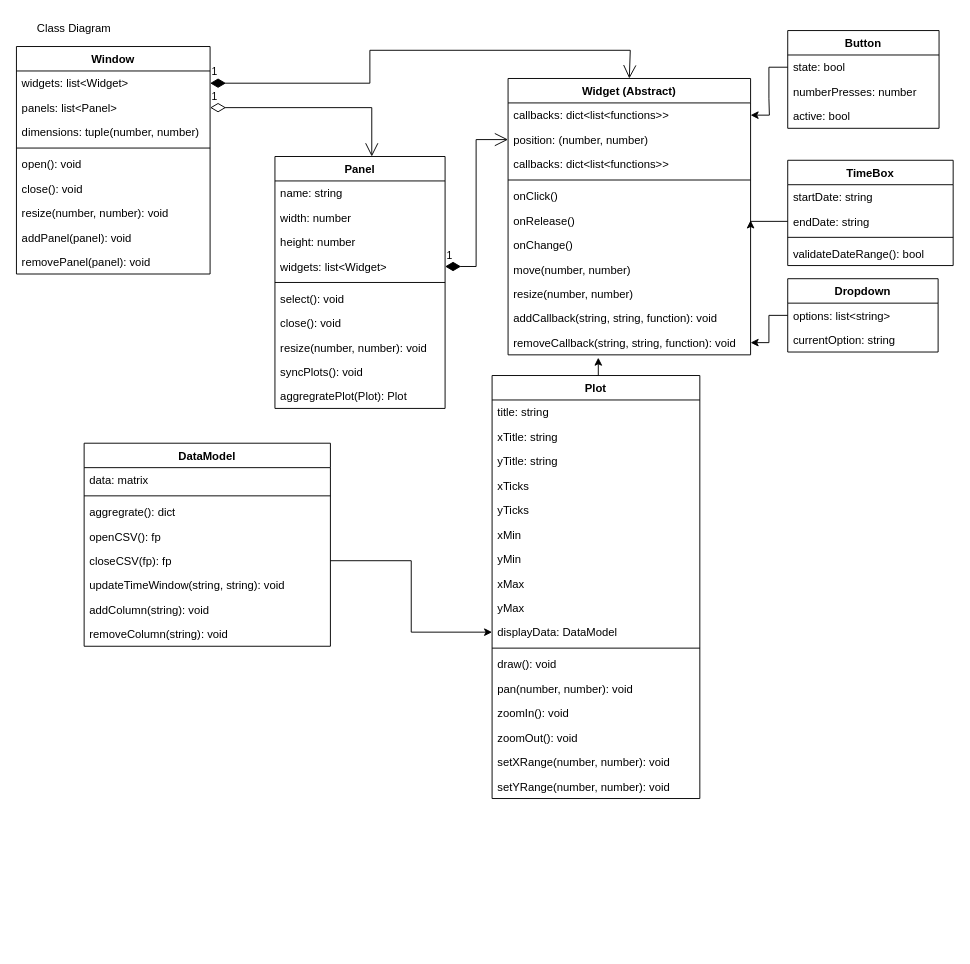
LukiePookie1/data-visualization-application keeps this draw.io diagram as page "Page-1" (1 of 2) of ClassModel.drawio. Above is the earlier version. Source tidied: cells renumbered, new cells numbered last; positions are measured from the earlier drawing's top-left corner, leaving out a move shared by most shapes. Both pictures are drawn from the tidied source at 94%, with x=0, y=0 at pixel (16, 16).
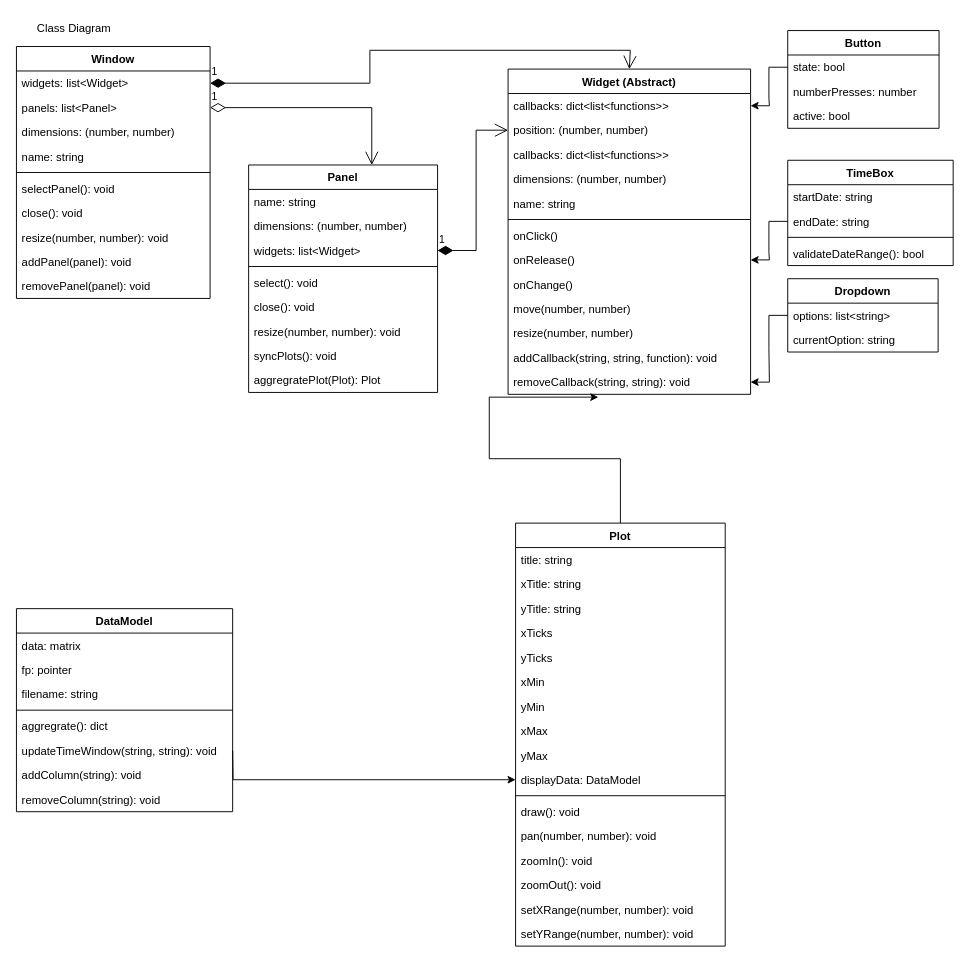
Above is the later version.

Unchanged cells that the change refers to:
```xml
<mxCell id="67" value="position: (number, number)" style="text;strokeColor=none;fillColor=none;align=left;verticalAlign=top;spacingLeft=4;spacingRight=4;overflow=hidden;points=[[0,0.5],[1,0.5]];portConstraint=eastwest;" parent="65" vertex="1">
  <mxGeometry y="52" width="258" height="26" as="geometry" />
</mxCell>
```

The edit, as a diff of the source:
```diff
@@
     <mxCell id="2" value="Window" style="swimlane;fontStyle=1;align=center;verticalAlign=top;horizontal=1;startSize=26;" parent="1" vertex="1">
-      <mxGeometry y="32" width="206" height="242" as="geometry" />
+      <mxGeometry y="32" width="206" height="268" as="geometry" />
     </mxCell>
@@
-    <mxCell id="5" value="dimensions: tuple(number, number)" style="text;strokeColor=none;fillColor=none;align=left;verticalAlign=top;spacingLeft=4;spacingRight=4;overflow=hidden;" parent="2" vertex="1">
+    <mxCell id="5" value="dimensions: (number, number)" style="text;strokeColor=none;fillColor=none;align=left;verticalAlign=top;spacingLeft=4;spacingRight=4;overflow=hidden;" parent="2" vertex="1">
       <mxGeometry y="78" width="206" height="26" as="geometry" />
     </mxCell>
+    <mxCell id="83" value="name: string" style="text;strokeColor=none;fillColor=none;align=left;verticalAlign=top;spacingLeft=4;spacingRight=4;overflow=hidden;" parent="2" vertex="1">
+      <mxGeometry y="104" width="206" height="26" as="geometry" />
+    </mxCell>
     <mxCell id="6" style="line;strokeWidth=1;fillColor=none;align=left;verticalAlign=middle;spacingTop=-1;spacingLeft=3;spacingRight=3;labelPosition=right;strokeColor=inherit;" parent="2" vertex="1">
-      <mxGeometry y="104" width="206" height="8" as="geometry" />
+      <mxGeometry y="130" width="206" height="8" as="geometry" />
     </mxCell>
-    <mxCell id="7" value="open(): void" style="text;strokeColor=none;fillColor=none;align=left;verticalAlign=top;spacingLeft=4;spacingRight=4;overflow=hidden;" parent="2" vertex="1">
-      <mxGeometry y="112" width="206" height="26" as="geometry" />
+    <mxCell id="7" value="selectPanel(): void" style="text;strokeColor=none;fillColor=none;align=left;verticalAlign=top;spacingLeft=4;spacingRight=4;overflow=hidden;" parent="2" vertex="1">
+      <mxGeometry y="138" width="206" height="26" as="geometry" />
     </mxCell>
     <mxCell id="8" value="close(): void" style="text;strokeColor=none;fillColor=none;align=left;verticalAlign=top;spacingLeft=4;spacingRight=4;overflow=hidden;" parent="2" vertex="1">
-      <mxGeometry y="138" width="206" height="26" as="geometry" />
+      <mxGeometry y="164" width="206" height="26" as="geometry" />
     </mxCell>
     <mxCell id="9" value="resize(number, number): void" style="text;strokeColor=none;fillColor=none;align=left;verticalAlign=top;spacingLeft=4;spacingRight=4;overflow=hidden;" parent="2" vertex="1">
-      <mxGeometry y="164" width="206" height="26" as="geometry" />
+      <mxGeometry y="190" width="206" height="26" as="geometry" />
     </mxCell>
     <mxCell id="10" value="addPanel(panel): void" style="text;strokeColor=none;fillColor=none;align=left;verticalAlign=top;spacingLeft=4;spacingRight=4;overflow=hidden;" parent="2" vertex="1">
-      <mxGeometry y="190" width="206" height="26" as="geometry" />
+      <mxGeometry y="216" width="206" height="26" as="geometry" />
     </mxCell>
     <mxCell id="11" value="removePanel(panel): void" style="text;strokeColor=none;fillColor=none;align=left;verticalAlign=top;spacingLeft=4;spacingRight=4;overflow=hidden;" parent="2" vertex="1">
-      <mxGeometry y="216" width="206" height="26" as="geometry" />
+      <mxGeometry y="242" width="206" height="26" as="geometry" />
     </mxCell>
     <mxCell id="12" value="Panel" style="swimlane;fontStyle=1;align=center;verticalAlign=top;horizontal=1;startSize=26;" parent="1" vertex="1">
-      <mxGeometry x="275" y="149" width="181" height="268" as="geometry" />
+      <mxGeometry x="247" y="158" width="201" height="242" as="geometry" />
     </mxCell>
     <mxCell id="13" value="name: string" style="text;strokeColor=none;fillColor=none;align=left;verticalAlign=top;spacingLeft=4;spacingRight=4;overflow=hidden;" parent="12" vertex="1">
-      <mxGeometry y="26" width="181" height="26" as="geometry" />
+      <mxGeometry y="26" width="201" height="26" as="geometry" />
     </mxCell>
-    <mxCell id="14" value="width: number" style="text;strokeColor=none;fillColor=none;align=left;verticalAlign=top;spacingLeft=4;spacingRight=4;overflow=hidden;" parent="12" vertex="1">
-      <mxGeometry y="52" width="181" height="26" as="geometry" />
-    </mxCell>
-    <mxCell id="15" value="height: number" style="text;strokeColor=none;fillColor=none;align=left;verticalAlign=top;spacingLeft=4;spacingRight=4;overflow=hidden;" parent="12" vertex="1">
-      <mxGeometry y="78" width="181" height="26" as="geometry" />
-    </mxCell>
+    <mxCell id="84" value="dimensions: (number, number)" style="text;strokeColor=none;fillColor=none;align=left;verticalAlign=top;spacingLeft=4;spacingRight=4;overflow=hidden;" parent="12" vertex="1">
+      <mxGeometry y="52" width="201" height="26" as="geometry" />
+    </mxCell>
     <mxCell id="16" value="widgets: list&lt;Widget&gt;" style="text;strokeColor=none;fillColor=none;align=left;verticalAlign=top;spacingLeft=4;spacingRight=4;overflow=hidden;points=[[0,0.5],[1,0.5]];portConstraint=eastwest;" parent="12" vertex="1">
-      <mxGeometry y="104" width="181" height="26" as="geometry" />
+      <mxGeometry y="78" width="201" height="26" as="geometry" />
     </mxCell>
     <mxCell id="17" style="line;strokeWidth=1;fillColor=none;align=left;verticalAlign=middle;spacingTop=-1;spacingLeft=3;spacingRight=3;labelPosition=right;strokeColor=inherit;" parent="12" vertex="1">
-      <mxGeometry y="130" width="181" height="8" as="geometry" />
+      <mxGeometry y="104" width="201" height="8" as="geometry" />
     </mxCell>
     <mxCell id="18" value="select(): void" style="text;strokeColor=none;fillColor=none;align=left;verticalAlign=top;spacingLeft=4;spacingRight=4;overflow=hidden;" parent="12" vertex="1">
-      <mxGeometry y="138" width="181" height="26" as="geometry" />
+      <mxGeometry y="112" width="201" height="26" as="geometry" />
     </mxCell>
     <mxCell id="19" value="close(): void" style="text;strokeColor=none;fillColor=none;align=left;verticalAlign=top;spacingLeft=4;spacingRight=4;overflow=hidden;" parent="12" vertex="1">
-      <mxGeometry y="164" width="181" height="26" as="geometry" />
+      <mxGeometry y="138" width="201" height="26" as="geometry" />
     </mxCell>
     <mxCell id="20" value="resize(number, number): void" style="text;strokeColor=none;fillColor=none;align=left;verticalAlign=top;spacingLeft=4;spacingRight=4;overflow=hidden;" parent="12" vertex="1">
-      <mxGeometry y="190" width="181" height="26" as="geometry" />
+      <mxGeometry y="164" width="201" height="26" as="geometry" />
     </mxCell>
     <mxCell id="21" value="syncPlots(): void" style="text;strokeColor=none;fillColor=none;align=left;verticalAlign=top;spacingLeft=4;spacingRight=4;overflow=hidden;" parent="12" vertex="1">
-      <mxGeometry y="216" width="181" height="26" as="geometry" />
+      <mxGeometry y="190" width="201" height="26" as="geometry" />
     </mxCell>
     <mxCell id="22" value="aggregratePlot(Plot): Plot" style="text;strokeColor=none;fillColor=none;align=left;verticalAlign=top;spacingLeft=4;spacingRight=4;overflow=hidden;" parent="12" vertex="1">
-      <mxGeometry y="242" width="181" height="26" as="geometry" />
+      <mxGeometry y="216" width="201" height="26" as="geometry" />
     </mxCell>
@@
     <mxCell id="24" value="Plot" style="swimlane;fontStyle=1;align=center;verticalAlign=top;horizontal=1;startSize=26;" parent="1" vertex="1">
-      <mxGeometry x="506" y="382" width="221" height="450" as="geometry" />
+      <mxGeometry x="531" y="539" width="223" height="450" as="geometry" />
     </mxCell>
     <mxCell id="25" value="title: string" style="text;strokeColor=none;fillColor=none;align=left;verticalAlign=top;spacingLeft=4;spacingRight=4;overflow=hidden;" parent="24" vertex="1">
-      <mxGeometry y="26" width="221" height="26" as="geometry" />
+      <mxGeometry y="26" width="223" height="26" as="geometry" />
     </mxCell>
     <mxCell id="26" value="xTitle: string" style="text;strokeColor=none;fillColor=none;align=left;verticalAlign=top;spacingLeft=4;spacingRight=4;overflow=hidden;" parent="24" vertex="1">
-      <mxGeometry y="52" width="221" height="26" as="geometry" />
+      <mxGeometry y="52" width="223" height="26" as="geometry" />
     </mxCell>
     <mxCell id="27" value="yTitle: string" style="text;strokeColor=none;fillColor=none;align=left;verticalAlign=top;spacingLeft=4;spacingRight=4;overflow=hidden;" parent="24" vertex="1">
-      <mxGeometry y="78" width="221" height="26" as="geometry" />
+      <mxGeometry y="78" width="223" height="26" as="geometry" />
     </mxCell>
     <mxCell id="28" value="xTicks" style="text;strokeColor=none;fillColor=none;align=left;verticalAlign=top;spacingLeft=4;spacingRight=4;overflow=hidden;" parent="24" vertex="1">
-      <mxGeometry y="104" width="221" height="26" as="geometry" />
+      <mxGeometry y="104" width="223" height="26" as="geometry" />
     </mxCell>
     <mxCell id="29" value="yTicks" style="text;strokeColor=none;fillColor=none;align=left;verticalAlign=top;spacingLeft=4;spacingRight=4;overflow=hidden;" parent="24" vertex="1">
-      <mxGeometry y="130" width="221" height="26" as="geometry" />
+      <mxGeometry y="130" width="223" height="26" as="geometry" />
     </mxCell>
     <mxCell id="30" value="xMin" style="text;strokeColor=none;fillColor=none;align=left;verticalAlign=top;spacingLeft=4;spacingRight=4;overflow=hidden;" parent="24" vertex="1">
-      <mxGeometry y="156" width="221" height="26" as="geometry" />
+      <mxGeometry y="156" width="223" height="26" as="geometry" />
     </mxCell>
     <mxCell id="31" value="yMin" style="text;strokeColor=none;fillColor=none;align=left;verticalAlign=top;spacingLeft=4;spacingRight=4;overflow=hidden;" parent="24" vertex="1">
-      <mxGeometry y="182" width="221" height="26" as="geometry" />
+      <mxGeometry y="182" width="223" height="26" as="geometry" />
     </mxCell>
     <mxCell id="32" value="xMax" style="text;strokeColor=none;fillColor=none;align=left;verticalAlign=top;spacingLeft=4;spacingRight=4;overflow=hidden;" parent="24" vertex="1">
-      <mxGeometry y="208" width="221" height="26" as="geometry" />
+      <mxGeometry y="208" width="223" height="26" as="geometry" />
     </mxCell>
     <mxCell id="33" value="yMax" style="text;strokeColor=none;fillColor=none;align=left;verticalAlign=top;spacingLeft=4;spacingRight=4;overflow=hidden;" parent="24" vertex="1">
-      <mxGeometry y="234" width="221" height="26" as="geometry" />
+      <mxGeometry y="234" width="223" height="26" as="geometry" />
     </mxCell>
     <mxCell id="34" value="displayData: DataModel" style="text;strokeColor=none;fillColor=none;align=left;verticalAlign=top;spacingLeft=4;spacingRight=4;overflow=hidden;points=[[0,0.5],[1,0.5]];portConstraint=eastwest;" parent="24" vertex="1">
-      <mxGeometry y="260" width="221" height="26" as="geometry" />
+      <mxGeometry y="260" width="223" height="26" as="geometry" />
     </mxCell>
     <mxCell id="35" style="line;strokeWidth=1;fillColor=none;align=left;verticalAlign=middle;spacingTop=-1;spacingLeft=3;spacingRight=3;labelPosition=right;strokeColor=inherit;" parent="24" vertex="1">
-      <mxGeometry y="286" width="221" height="8" as="geometry" />
+      <mxGeometry y="286" width="223" height="8" as="geometry" />
     </mxCell>
     <mxCell id="36" value="draw(): void" style="text;strokeColor=none;fillColor=none;align=left;verticalAlign=top;spacingLeft=4;spacingRight=4;overflow=hidden;" parent="24" vertex="1">
-      <mxGeometry y="294" width="221" height="26" as="geometry" />
+      <mxGeometry y="294" width="223" height="26" as="geometry" />
     </mxCell>
     <mxCell id="37" value="pan(number, number): void" style="text;strokeColor=none;fillColor=none;align=left;verticalAlign=top;spacingLeft=4;spacingRight=4;overflow=hidden;" parent="24" vertex="1">
-      <mxGeometry y="320" width="221" height="26" as="geometry" />
+      <mxGeometry y="320" width="223" height="26" as="geometry" />
     </mxCell>
     <mxCell id="38" value="zoomIn(): void" style="text;strokeColor=none;fillColor=none;align=left;verticalAlign=top;spacingLeft=4;spacingRight=4;overflow=hidden;" parent="24" vertex="1">
-      <mxGeometry y="346" width="221" height="26" as="geometry" />
+      <mxGeometry y="346" width="223" height="26" as="geometry" />
     </mxCell>
     <mxCell id="39" value="zoomOut(): void" style="text;strokeColor=none;fillColor=none;align=left;verticalAlign=top;spacingLeft=4;spacingRight=4;overflow=hidden;" parent="24" vertex="1">
-      <mxGeometry y="372" width="221" height="26" as="geometry" />
+      <mxGeometry y="372" width="223" height="26" as="geometry" />
     </mxCell>
     <mxCell id="40" value="setXRange(number, number): void" style="text;strokeColor=none;fillColor=none;align=left;verticalAlign=top;spacingLeft=4;spacingRight=4;overflow=hidden;" parent="24" vertex="1">
-      <mxGeometry y="398" width="221" height="26" as="geometry" />
+      <mxGeometry y="398" width="223" height="26" as="geometry" />
     </mxCell>
     <mxCell id="41" value="setYRange(number, number): void" style="text;strokeColor=none;fillColor=none;align=left;verticalAlign=top;spacingLeft=4;spacingRight=4;overflow=hidden;" parent="24" vertex="1">
-      <mxGeometry y="424" width="221" height="26" as="geometry" />
+      <mxGeometry y="424" width="223" height="26" as="geometry" />
     </mxCell>
-    <mxCell id="42" style="edgeStyle=orthogonalEdgeStyle;rounded=0;jettySize=auto;html=1;exitX=1;exitY=0.5;exitDx=0;exitDy=0;entryX=0;entryY=0.5;entryDx=0;entryDy=0;" parent="1" edge="1" source="48" target="34">
-      <mxGeometry relative="1" as="geometry" />
+    <mxCell id="42" style="edgeStyle=orthogonalEdgeStyle;rounded=0;jettySize=auto;html=1;exitX=1;exitY=0.5;exitDx=0;exitDy=0;entryX=0;entryY=0.5;entryDx=0;entryDy=0;" parent="1" edge="1" target="34">
+      <mxGeometry relative="1" as="geometry">
+        <mxPoint x="230" y="781" as="sourcePoint" />
+      </mxGeometry>
     </mxCell>
     <mxCell id="43" value="DataModel" style="swimlane;fontStyle=1;align=center;verticalAlign=top;horizontal=1;startSize=26;" parent="1" vertex="1">
-      <mxGeometry x="72" y="454" width="262" height="216" as="geometry" />
+      <mxGeometry y="630" width="230" height="216" as="geometry" />
     </mxCell>
     <mxCell id="44" value="data: matrix" style="text;strokeColor=none;fillColor=none;align=left;verticalAlign=top;spacingLeft=4;spacingRight=4;overflow=hidden;" parent="43" vertex="1">
-      <mxGeometry y="26" width="262" height="26" as="geometry" />
+      <mxGeometry y="26" width="230" height="26" as="geometry" />
     </mxCell>
+    <mxCell id="85" value="fp: pointer" style="text;strokeColor=none;fillColor=none;align=left;verticalAlign=top;spacingLeft=4;spacingRight=4;overflow=hidden;" parent="43" vertex="1">
+      <mxGeometry y="52" width="230" height="26" as="geometry" />
+    </mxCell>
+    <mxCell id="86" value="filename: string" style="text;strokeColor=none;fillColor=none;align=left;verticalAlign=top;spacingLeft=4;spacingRight=4;overflow=hidden;" parent="43" vertex="1">
+      <mxGeometry y="78" width="230" height="26" as="geometry" />
+    </mxCell>
     <mxCell id="45" style="line;strokeWidth=1;fillColor=none;align=left;verticalAlign=middle;spacingTop=-1;spacingLeft=3;spacingRight=3;labelPosition=right;strokeColor=inherit;" parent="43" vertex="1">
-      <mxGeometry y="52" width="262" height="8" as="geometry" />
+      <mxGeometry y="104" width="230" height="8" as="geometry" />
     </mxCell>
     <mxCell id="46" value="aggregrate(): dict" style="text;strokeColor=none;fillColor=none;align=left;verticalAlign=top;spacingLeft=4;spacingRight=4;overflow=hidden;" parent="43" vertex="1">
-      <mxGeometry y="60" width="262" height="26" as="geometry" />
+      <mxGeometry y="112" width="230" height="26" as="geometry" />
     </mxCell>
-    <mxCell id="47" value="openCSV(): fp" style="text;strokeColor=none;fillColor=none;align=left;verticalAlign=top;spacingLeft=4;spacingRight=4;overflow=hidden;" parent="43" vertex="1">
-      <mxGeometry y="86" width="262" height="26" as="geometry" />
-    </mxCell>
-    <mxCell id="48" value="closeCSV(fp): fp" style="text;strokeColor=none;fillColor=none;align=left;verticalAlign=top;spacingLeft=4;spacingRight=4;overflow=hidden;points=[[0,0.5],[1,0.5]];portConstraint=eastwest;" parent="43" vertex="1">
-      <mxGeometry y="112" width="262" height="26" as="geometry" />
-    </mxCell>
     <mxCell id="49" value="updateTimeWindow(string, string): void" style="text;strokeColor=none;fillColor=none;align=left;verticalAlign=top;spacingLeft=4;spacingRight=4;overflow=hidden;" parent="43" vertex="1">
-      <mxGeometry y="138" width="262" height="26" as="geometry" />
+      <mxGeometry y="138" width="230" height="26" as="geometry" />
     </mxCell>
     <mxCell id="50" value="addColumn(string): void" style="text;strokeColor=none;fillColor=none;align=left;verticalAlign=top;spacingLeft=4;spacingRight=4;overflow=hidden;" parent="43" vertex="1">
-      <mxGeometry y="164" width="262" height="26" as="geometry" />
+      <mxGeometry y="164" width="230" height="26" as="geometry" />
     </mxCell>
     <mxCell id="51" value="removeColumn(string): void" style="text;strokeColor=none;fillColor=none;align=left;verticalAlign=top;spacingLeft=4;spacingRight=4;overflow=hidden;" parent="43" vertex="1">
-      <mxGeometry y="190" width="262" height="26" as="geometry" />
+      <mxGeometry y="190" width="230" height="26" as="geometry" />
     </mxCell>
@@
     <mxCell id="64" value="1" style="endArrow=open;html=1;endSize=12;startArrow=diamondThin;startSize=14;startFill=1;edgeStyle=orthogonalEdgeStyle;align=left;verticalAlign=bottom;rounded=0;exitX=1;exitY=0.5;exitDx=0;exitDy=0;entryX=0;entryY=0.5;entryDx=0;entryDy=0;" parent="1" edge="1" source="16" target="67">
       <mxGeometry x="-1" y="3" relative="1" as="geometry">
         <Array as="points">
-          <mxPoint x="489" y="266" />
-          <mxPoint x="489" y="131" />
+          <mxPoint x="489" y="249" />
+          <mxPoint x="489" y="121" />
         </Array>
       </mxGeometry>
     </mxCell>
     <mxCell id="65" value="Widget (Abstract)" style="swimlane;fontStyle=1;align=center;verticalAlign=top;horizontal=1;startSize=26;" parent="1" vertex="1">
-      <mxGeometry x="523" y="66" width="258" height="294" as="geometry" />
+      <mxGeometry x="523" y="56" width="258" height="346" as="geometry" />
     </mxCell>
@@
+    <mxCell id="87" value="callbacks: dict&lt;list&lt;functions&gt;&gt;" style="text;strokeColor=none;fillColor=none;align=left;verticalAlign=top;spacingLeft=4;spacingRight=4;overflow=hidden;" parent="65" vertex="1">
+      <mxGeometry y="78" width="258" height="26" as="geometry" />
+    </mxCell>
+    <mxCell id="88" value="dimensions: (number, number)" style="text;strokeColor=none;fillColor=none;align=left;verticalAlign=top;spacingLeft=4;spacingRight=4;overflow=hidden;" parent="65" vertex="1">
+      <mxGeometry y="104" width="258" height="26" as="geometry" />
+    </mxCell>
-    <mxCell id="68" value="callbacks: dict&lt;list&lt;functions&gt;&gt;" style="text;strokeColor=none;fillColor=none;align=left;verticalAlign=top;spacingLeft=4;spacingRight=4;overflow=hidden;" parent="65" vertex="1">
-      <mxGeometry y="78" width="258" height="26" as="geometry" />
+    <mxCell id="68" value="name: string" style="text;strokeColor=none;fillColor=none;align=left;verticalAlign=top;spacingLeft=4;spacingRight=4;overflow=hidden;" parent="65" vertex="1">
+      <mxGeometry y="130" width="258" height="26" as="geometry" />
     </mxCell>
     <mxCell id="69" style="line;strokeWidth=1;fillColor=none;align=left;verticalAlign=middle;spacingTop=-1;spacingLeft=3;spacingRight=3;labelPosition=right;strokeColor=inherit;" parent="65" vertex="1">
-      <mxGeometry y="104" width="258" height="8" as="geometry" />
+      <mxGeometry y="156" width="258" height="8" as="geometry" />
     </mxCell>
     <mxCell id="70" value="onClick()" style="text;strokeColor=none;fillColor=none;align=left;verticalAlign=top;spacingLeft=4;spacingRight=4;overflow=hidden;" parent="65" vertex="1">
-      <mxGeometry y="112" width="258" height="26" as="geometry" />
+      <mxGeometry y="164" width="258" height="26" as="geometry" />
     </mxCell>
     <mxCell id="71" value="onRelease()" style="text;strokeColor=none;fillColor=none;align=left;verticalAlign=top;spacingLeft=4;spacingRight=4;overflow=hidden;points=[[0,0.5],[1,0.5]];portConstraint=eastwest;" parent="65" vertex="1">
-      <mxGeometry y="138" width="258" height="26" as="geometry" />
+      <mxGeometry y="190" width="258" height="26" as="geometry" />
     </mxCell>
     <mxCell id="72" value="onChange()" style="text;strokeColor=none;fillColor=none;align=left;verticalAlign=top;spacingLeft=4;spacingRight=4;overflow=hidden;" parent="65" vertex="1">
-      <mxGeometry y="164" width="258" height="26" as="geometry" />
+      <mxGeometry y="216" width="258" height="26" as="geometry" />
     </mxCell>
     <mxCell id="73" value="move(number, number)" style="text;strokeColor=none;fillColor=none;align=left;verticalAlign=top;spacingLeft=4;spacingRight=4;overflow=hidden;" parent="65" vertex="1">
-      <mxGeometry y="190" width="258" height="26" as="geometry" />
+      <mxGeometry y="242" width="258" height="26" as="geometry" />
     </mxCell>
     <mxCell id="74" value="resize(number, number)" style="text;strokeColor=none;fillColor=none;align=left;verticalAlign=top;spacingLeft=4;spacingRight=4;overflow=hidden;" parent="65" vertex="1">
-      <mxGeometry y="216" width="258" height="26" as="geometry" />
+      <mxGeometry y="268" width="258" height="26" as="geometry" />
     </mxCell>
     <mxCell id="75" value="addCallback(string, string, function): void" style="text;strokeColor=none;fillColor=none;align=left;verticalAlign=top;spacingLeft=4;spacingRight=4;overflow=hidden;" parent="65" vertex="1">
-      <mxGeometry y="242" width="258" height="26" as="geometry" />
+      <mxGeometry y="294" width="258" height="26" as="geometry" />
     </mxCell>
-    <mxCell id="76" value="removeCallback(string, string, function): void" style="text;strokeColor=none;fillColor=none;align=left;verticalAlign=top;spacingLeft=4;spacingRight=4;overflow=hidden;points=[[0,0.5],[1,0.5]];portConstraint=eastwest;" parent="65" vertex="1">
-      <mxGeometry y="268" width="258" height="26" as="geometry" />
+    <mxCell id="76" value="removeCallback(string, string): void" style="text;strokeColor=none;fillColor=none;align=left;verticalAlign=top;spacingLeft=4;spacingRight=4;overflow=hidden;points=[[0,0.5],[1,0.5]];portConstraint=eastwest;" parent="65" vertex="1">
+      <mxGeometry y="320" width="258" height="26" as="geometry" />
     </mxCell>
```
